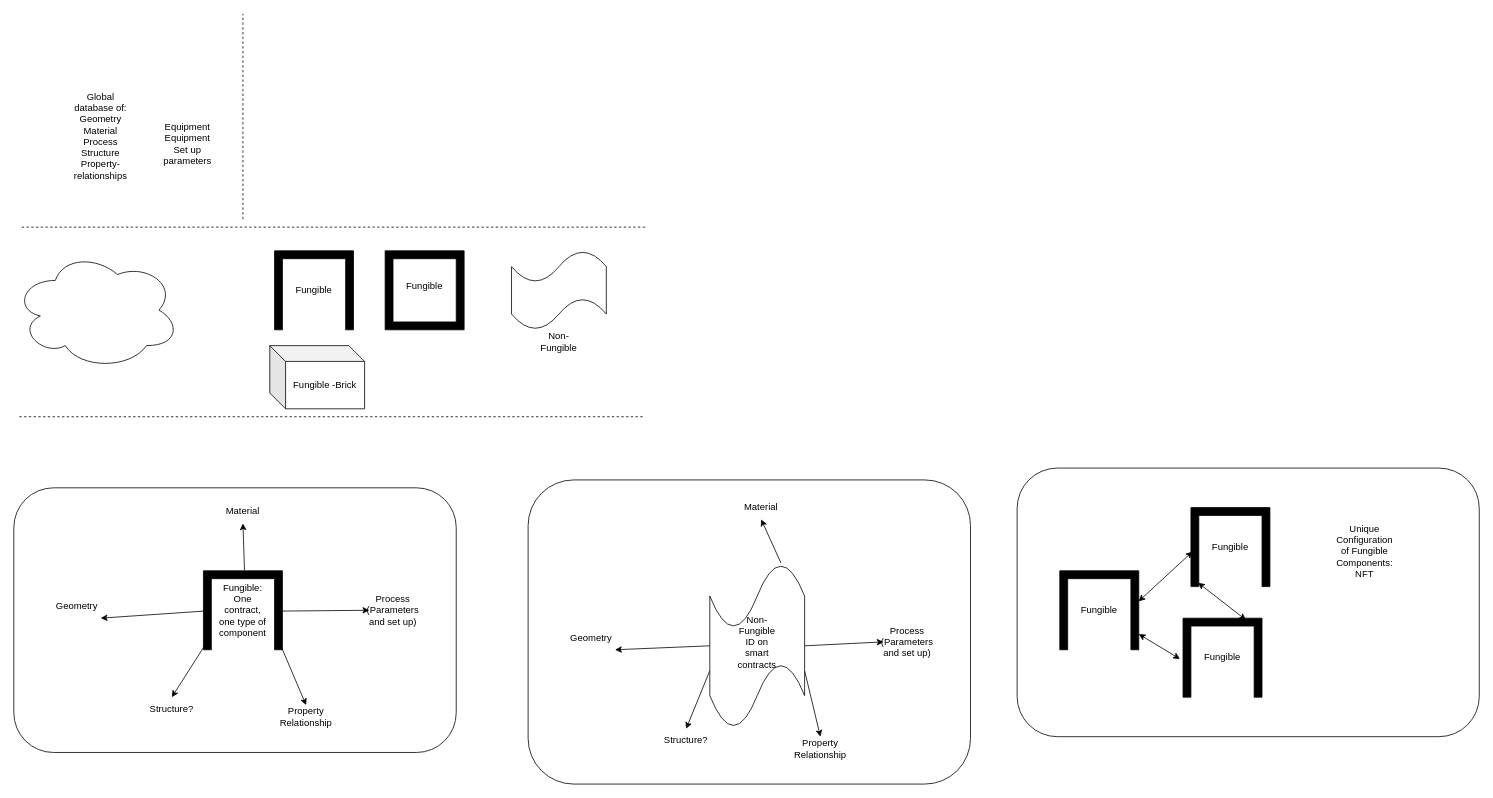
Earlier version of the draw.io diagram additive_manufacturing_BC.drawio (arlav/BC_additive_manufacturing). Source tidied: cells renumbered, new cells numbered last; positions are measured from the earlier drawing's top-left corner, leaving out a move shared by most shapes. Both pictures are drawn from the tidied source at 79%, with x=0, y=0 at pixel (13, 13).
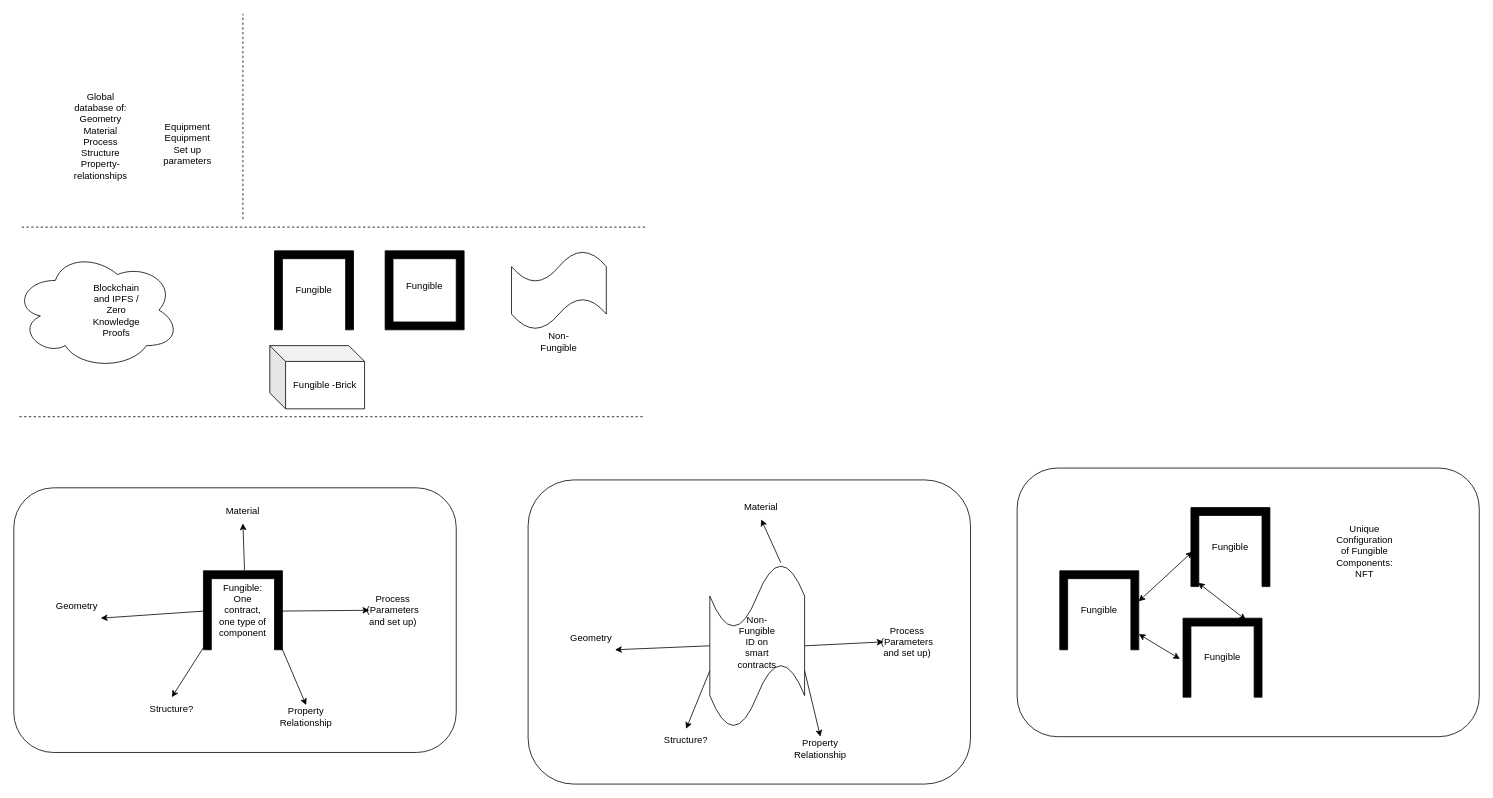
The same page after the edit.

The edit, as a diff of the source:
```diff
@@
+    <mxCell id="61" value="Blockchain and IPFS / Zero Knowledge Proofs" style="text;html=1;strokeColor=none;fillColor=none;align=center;verticalAlign=middle;whiteSpace=wrap;rounded=0;" parent="1" vertex="1">
+      <mxGeometry x="100" y="360" width="60" height="30" as="geometry" />
+    </mxCell>
```
